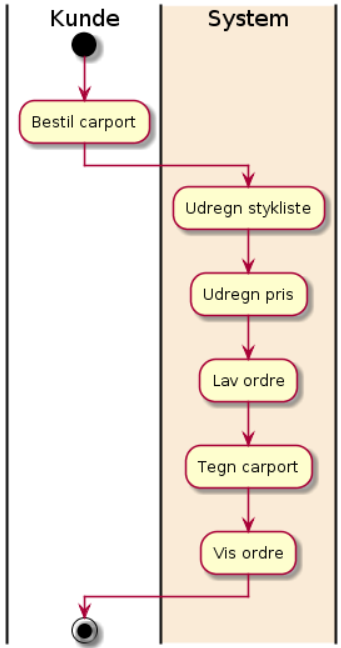
Above: SwimlaneDiagramCreateCarport.PNG in NikolajX4000/Sem2Exam (PlantUML), before the change. Its source is kept beside it as src/main/java/UML/SwimlaneDiagramCreateCarport.puml.
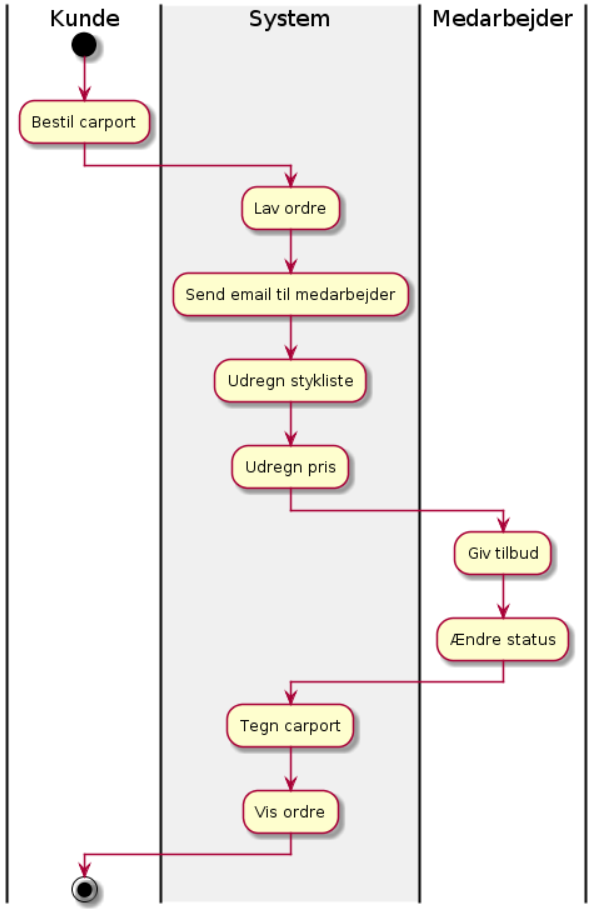
The same file after the commit.

The edit, as a diff of the source:
```diff
@@ -2,10 +2,15 @@
 |Kunde|
 start
 :Bestil carport;
-|#AntiqueWhite|System|
+|#F0F0F0|System|
+:Lav ordre;
+:Send email til medarbejder;
 :Udregn stykliste;
 :Udregn pris;
-:Lav ordre;
+|Medarbejder|
+:Giv tilbud;
+:Ændre status;
+|System|
 :Tegn carport;
 :Vis ordre;
 |Kunde|
```
